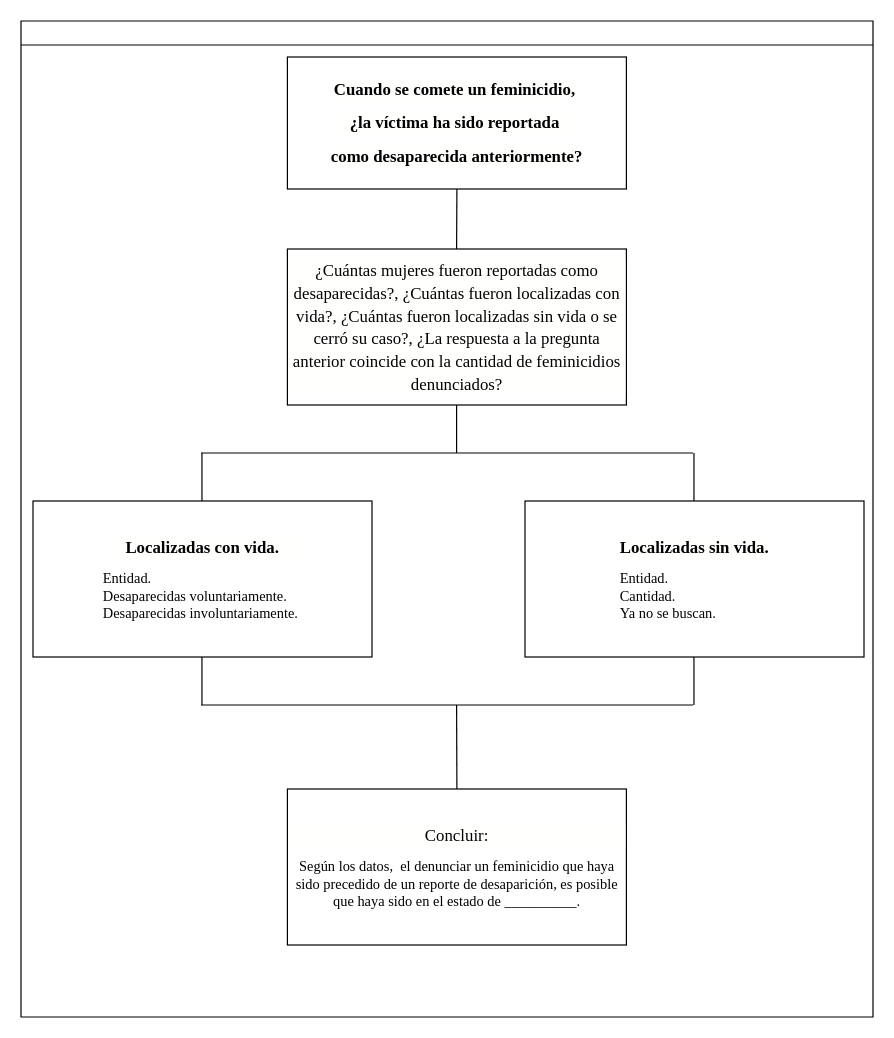
Earlier version of the draw.io diagram Proyecto 2/Diagramas/DiagramaGeneral.drawio (melrepa/MCD_IngCaracteristicas). Source tidied: cells renumbered, new cells numbered last; positions are measured from the earlier drawing's top-left corner, leaving out a move shared by most shapes. Both pictures are drawn from the tidied source at 120%, with x=0, y=0 at pixel (20, 20).
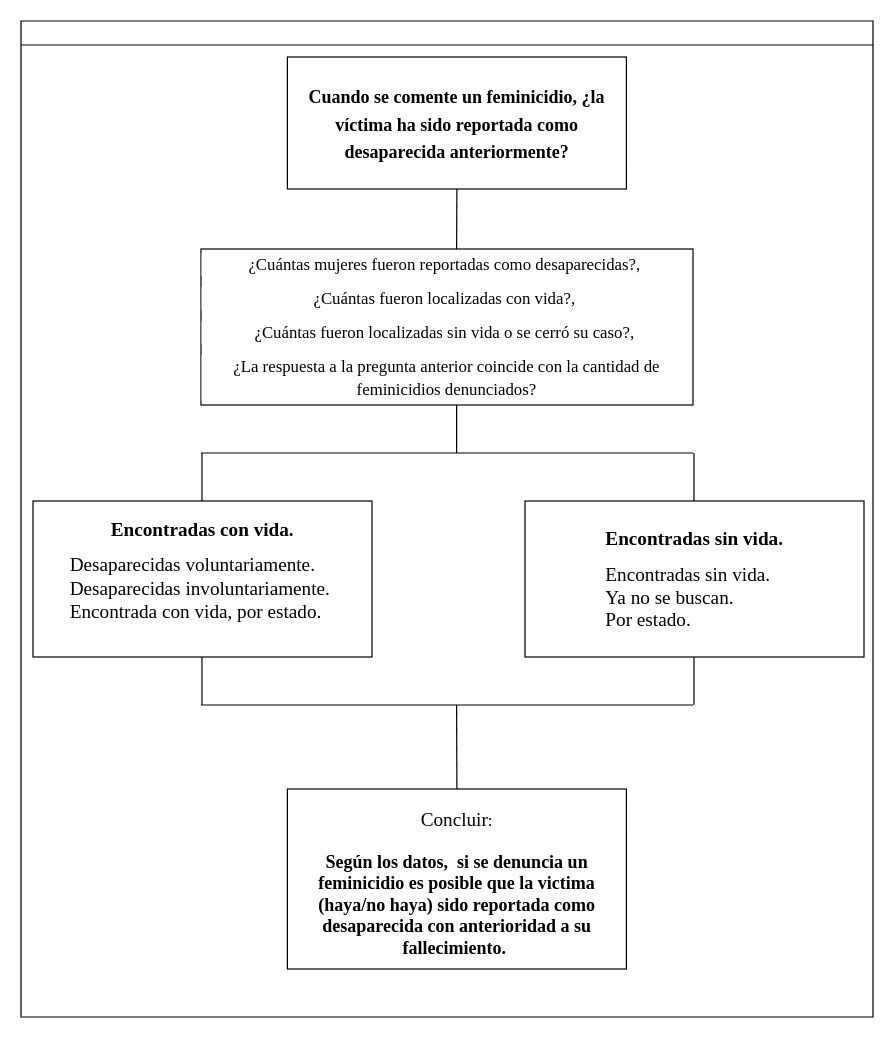
The same page after the edit.

Unchanged cells that the change refers to:
```xml
<mxCell id="2" style="swimlane;html=1;startSize=20;horizontal=1;containerType=tree;glass=0;" parent="1" vertex="1">
  <mxGeometry width="710" height="830" as="geometry" />
</mxCell>
```

Diff of the diagram source:
```diff
@@
-    <mxCell id="3" value="&lt;p style=&quot;line-height: 1;&quot;&gt;&lt;/p&gt;&lt;h1 style=&quot;background-color: rgb(255, 255, 254); line-height: 19px; font-size: 14px;&quot;&gt;&lt;b style=&quot;&quot;&gt;&lt;font style=&quot;font-size: 14px;&quot; face=&quot;Times New Roman&quot;&gt;Cuando&amp;nbsp;se&amp;nbsp;comete&amp;nbsp;un&amp;nbsp;feminicidio,&amp;nbsp;&lt;/font&gt;&lt;/b&gt;&lt;/h1&gt;&lt;h1 style=&quot;background-color: rgb(255, 255, 254); line-height: 19px; font-size: 14px;&quot;&gt;&lt;b&gt;&lt;font style=&quot;font-size: 14px;&quot; face=&quot;Times New Roman&quot;&gt;¿la&amp;nbsp;víctima&amp;nbsp;ha&amp;nbsp;sido&amp;nbsp;reportada&amp;nbsp;&lt;/font&gt;&lt;/b&gt;&lt;/h1&gt;&lt;h1 style=&quot;background-color: rgb(255, 255, 254); line-height: 19px; font-size: 14px;&quot;&gt;&lt;b style=&quot;&quot;&gt;&lt;font style=&quot;font-size: 14px;&quot; face=&quot;Times New Roman&quot;&gt;como&amp;nbsp;desaparecida&amp;nbsp;anteriormente?&lt;/font&gt;&lt;/b&gt;&lt;/h1&gt;&lt;p&gt;&lt;/p&gt;" style="rounded=0;whiteSpace=wrap;html=1;align=center;" parent="2" vertex="1">
+    <mxCell id="3" value="&lt;p style=&quot;line-height: 1;&quot;&gt;&lt;/p&gt;&lt;h1 style=&quot;background-color: rgb(255, 255, 254); line-height: 19px;&quot;&gt;&lt;b style=&quot;&quot;&gt;&lt;font style=&quot;font-size: 15px;&quot; face=&quot;Times New Roman&quot;&gt;Cuando se comente un feminicidio, ¿la víctima ha sido reportada como desaparecida anteriormente?&lt;/font&gt;&lt;/b&gt;&lt;/h1&gt;&lt;p&gt;&lt;/p&gt;" style="rounded=0;whiteSpace=wrap;html=1;align=center;" parent="2" vertex="1">
       <mxGeometry x="222" y="30" width="282.5" height="110" as="geometry" />
     </mxCell>
-    <mxCell id="4" value="&lt;p style=&quot;line-height: 1;&quot;&gt;&lt;/p&gt;&lt;h1 style=&quot;background-color: rgb(255, 255, 254); line-height: 19px; font-size: 14px;&quot;&gt;&lt;font style=&quot;font-weight: normal;&quot; face=&quot;Times New Roman&quot;&gt;¿Cuántas mujeres fueron reportadas como desaparecidas?, ¿Cuántas fueron localizadas con vida?, ¿Cuántas fueron localizadas sin vida o se cerró su caso?, ¿La respuesta a la pregunta anterior coincide con la cantidad de feminicidios denunciados?&lt;/font&gt;&lt;/h1&gt;&lt;p&gt;&lt;/p&gt;" style="rounded=0;whiteSpace=wrap;html=1;align=center;" parent="2" vertex="1">
-      <mxGeometry x="222" y="190" width="282.5" height="130" as="geometry" />
+    <mxCell id="4" value="&lt;p style=&quot;line-height: 1;&quot;&gt;&lt;/p&gt;&lt;h1 style=&quot;background-color: rgb(255, 255, 254); line-height: 19px; font-size: 14px;&quot;&gt;&lt;font style=&quot;font-weight: normal; font-size: 14px;&quot; face=&quot;Times New Roman&quot;&gt;¿Cuántas mujeres fueron reportadas como desaparecidas?,&amp;nbsp;&lt;/font&gt;&lt;/h1&gt;&lt;h1 style=&quot;background-color: rgb(255, 255, 254); line-height: 19px; font-size: 14px;&quot;&gt;&lt;font style=&quot;font-weight: normal; font-size: 14px;&quot; face=&quot;Times New Roman&quot;&gt;¿Cuántas fueron localizadas con vida?,&amp;nbsp;&lt;/font&gt;&lt;/h1&gt;&lt;h1 style=&quot;background-color: rgb(255, 255, 254); line-height: 19px; font-size: 14px;&quot;&gt;&lt;font style=&quot;font-weight: normal; font-size: 14px;&quot; face=&quot;Times New Roman&quot;&gt;¿Cuántas fueron localizadas sin vida o se cerró su caso?,&amp;nbsp;&lt;/font&gt;&lt;/h1&gt;&lt;h1 style=&quot;background-color: rgb(255, 255, 254); line-height: 19px; font-size: 14px;&quot;&gt;&lt;font style=&quot;font-weight: normal; font-size: 14px;&quot; face=&quot;Times New Roman&quot;&gt;¿La respuesta a la pregunta anterior coincide con la cantidad de feminicidios denunciados?&lt;/font&gt;&lt;/h1&gt;&lt;p&gt;&lt;/p&gt;" style="rounded=0;whiteSpace=wrap;html=1;align=center;" parent="2" vertex="1">
+      <mxGeometry x="150" y="190" width="410" height="130" as="geometry" />
     </mxCell>
-    <mxCell id="5" value="&lt;p style=&quot;line-height: 1;&quot;&gt;&lt;/p&gt;&lt;h1 style=&quot;background-color: rgb(255, 255, 254); line-height: 19px; font-size: 14px;&quot;&gt;&lt;font style=&quot;&quot; face=&quot;Times New Roman&quot;&gt;Localizadas con vida.&lt;/font&gt;&lt;/h1&gt;&lt;div style=&quot;text-align: left;&quot;&gt;&lt;font style=&quot;font-weight: normal;&quot; face=&quot;Times New Roman&quot;&gt;Entidad.&lt;/font&gt;&lt;/div&gt;&lt;div style=&quot;text-align: left;&quot;&gt;&lt;font style=&quot;font-weight: normal;&quot; face=&quot;Times New Roman&quot;&gt;Desaparecidas voluntariamente.&lt;/font&gt;&lt;/div&gt;&lt;div style=&quot;text-align: left;&quot;&gt;&lt;font style=&quot;font-weight: normal;&quot; face=&quot;Times New Roman&quot;&gt;Desaparecidas involuntariamente.&amp;nbsp;&lt;/font&gt;&lt;/div&gt;&lt;p&gt;&lt;/p&gt;" style="rounded=0;whiteSpace=wrap;html=1;align=center;" parent="2" vertex="1">
+    <mxCell id="5" value="&lt;p style=&quot;line-height: 1;&quot;&gt;&lt;/p&gt;&lt;h1 style=&quot;background-color: rgb(255, 255, 254); line-height: 19px; font-size: 16px;&quot;&gt;&lt;font style=&quot;font-size: 16px;&quot; face=&quot;Times New Roman&quot;&gt;Encontradas con vida.&lt;/font&gt;&lt;/h1&gt;&lt;div style=&quot;text-align: left; font-size: 16px;&quot;&gt;&lt;font style=&quot;font-size: 16px;&quot;&gt;&lt;span style=&quot;font-family: &amp;quot;Times New Roman&amp;quot;; background-color: initial;&quot;&gt;Desaparecidas voluntariamente.&lt;/span&gt;&lt;br&gt;&lt;/font&gt;&lt;/div&gt;&lt;div style=&quot;text-align: left; font-size: 16px;&quot;&gt;&lt;font style=&quot;font-weight: normal; font-size: 16px;&quot; face=&quot;Times New Roman&quot;&gt;Desaparecidas involuntariamente.&amp;nbsp;&lt;/font&gt;&lt;/div&gt;&lt;div style=&quot;text-align: left; font-size: 16px;&quot;&gt;&lt;font style=&quot;font-weight: normal; font-size: 16px;&quot; face=&quot;Times New Roman&quot;&gt;Encontrada con vida, por estado.&lt;/font&gt;&lt;/div&gt;&lt;div style=&quot;text-align: left;&quot;&gt;&lt;font style=&quot;font-weight: normal;&quot; face=&quot;Times New Roman&quot;&gt;&lt;br&gt;&lt;/font&gt;&lt;/div&gt;&lt;p&gt;&lt;/p&gt;" style="rounded=0;whiteSpace=wrap;html=1;align=center;" parent="2" vertex="1">
       <mxGeometry x="10" y="400" width="282.5" height="130" as="geometry" />
     </mxCell>
-    <mxCell id="6" value="&lt;p style=&quot;line-height: 1;&quot;&gt;&lt;/p&gt;&lt;h1 style=&quot;background-color: rgb(255, 255, 254); line-height: 19px; font-size: 14px;&quot;&gt;&lt;font style=&quot;&quot; face=&quot;Times New Roman&quot;&gt;Localizadas sin vida.&lt;/font&gt;&lt;/h1&gt;&lt;div style=&quot;text-align: left;&quot;&gt;&lt;font style=&quot;font-weight: normal;&quot; face=&quot;Times New Roman&quot;&gt;Entidad.&lt;/font&gt;&lt;/div&gt;&lt;div style=&quot;text-align: left;&quot;&gt;&lt;span style=&quot;font-family: &amp;quot;Times New Roman&amp;quot;; background-color: initial;&quot;&gt;Cantidad.&lt;/span&gt;&lt;/div&gt;&lt;div style=&quot;text-align: left;&quot;&gt;&lt;span style=&quot;font-family: &amp;quot;Times New Roman&amp;quot;; background-color: initial;&quot;&gt;Ya no se buscan.&lt;/span&gt;&lt;span style=&quot;background-color: initial; font-family: &amp;quot;Times New Roman&amp;quot;;&quot;&gt;&amp;nbsp;&lt;/span&gt;&lt;/div&gt;&lt;p&gt;&lt;/p&gt;" style="rounded=0;whiteSpace=wrap;html=1;align=center;" parent="2" vertex="1">
+    <mxCell id="6" value="&lt;p style=&quot;line-height: 1;&quot;&gt;&lt;/p&gt;&lt;h1 style=&quot;background-color: rgb(255, 255, 254); line-height: 19px; font-size: 16px;&quot;&gt;&lt;font style=&quot;font-size: 16px;&quot; face=&quot;Times New Roman&quot;&gt;Encontradas sin vida.&lt;/font&gt;&lt;/h1&gt;&lt;div style=&quot;text-align: left; font-size: 16px;&quot;&gt;&lt;font style=&quot;font-weight: normal; font-size: 16px;&quot; face=&quot;Times New Roman&quot;&gt;Encontradas sin vida.&lt;/font&gt;&lt;/div&gt;&lt;div style=&quot;text-align: left; font-size: 16px;&quot;&gt;&lt;font style=&quot;font-size: 16px;&quot;&gt;&lt;span style=&quot;font-family: &amp;quot;Times New Roman&amp;quot;; background-color: initial;&quot;&gt;Ya no se buscan.&lt;/span&gt;&lt;span style=&quot;background-color: initial; font-family: &amp;quot;Times New Roman&amp;quot;;&quot;&gt;&amp;nbsp;&lt;/span&gt;&lt;/font&gt;&lt;/div&gt;&lt;div style=&quot;text-align: left; font-size: 16px;&quot;&gt;&lt;span style=&quot;font-family: &amp;quot;Times New Roman&amp;quot;;&quot;&gt;&lt;font style=&quot;font-size: 16px;&quot;&gt;Por estado.&lt;/font&gt;&lt;/span&gt;&lt;span style=&quot;font-size: 13px; background-color: initial; font-family: &amp;quot;Times New Roman&amp;quot;;&quot;&gt;&lt;br&gt;&lt;/span&gt;&lt;/div&gt;&lt;p&gt;&lt;/p&gt;" style="rounded=0;whiteSpace=wrap;html=1;align=center;" parent="2" vertex="1">
       <mxGeometry x="420" y="400" width="282.5" height="130" as="geometry" />
     </mxCell>
-    <mxCell id="7" value="&lt;p style=&quot;line-height: 1;&quot;&gt;&lt;/p&gt;&lt;h1 style=&quot;background-color: rgb(255, 255, 254); line-height: 19px; font-size: 14px;&quot;&gt;&lt;font style=&quot;font-weight: normal;&quot; face=&quot;Times New Roman&quot;&gt;Concluir:&lt;/font&gt;&lt;/h1&gt;&lt;div&gt;&lt;font style=&quot;font-weight: normal;&quot; face=&quot;Times New Roman&quot;&gt;Según los datos,&amp;nbsp; el denunciar un feminicidio que haya sido precedido de un reporte de desaparición, es posible que haya sido en el estado de __________.&lt;/font&gt;&lt;/div&gt;&lt;p&gt;&lt;/p&gt;" style="rounded=0;whiteSpace=wrap;html=1;align=center;" parent="2" vertex="1">
-      <mxGeometry x="222" y="640" width="282.5" height="130" as="geometry" />
+    <mxCell id="7" value="&lt;p style=&quot;line-height: 1;&quot;&gt;&lt;/p&gt;&lt;h1 style=&quot;background-color: rgb(255, 255, 254); line-height: 19px;&quot;&gt;&lt;font style=&quot;font-weight: normal;&quot; face=&quot;Times New Roman&quot;&gt;&lt;font style=&quot;font-size: 16px;&quot;&gt;Concluir&lt;/font&gt;&lt;span style=&quot;font-size: 14px;&quot;&gt;:&lt;/span&gt;&lt;/font&gt;&lt;/h1&gt;&lt;div&gt;&lt;b style=&quot;font-family: &amp;quot;Times New Roman&amp;quot;; font-size: 15px;&quot;&gt;Según los datos,&amp;nbsp; si se denuncia un feminicidio es posible que la victima (haya/no haya) sido reportada como desaparecida con anterioridad a su fallecimiento.&amp;nbsp;&lt;/b&gt;&lt;br&gt;&lt;/div&gt;&lt;p&gt;&lt;/p&gt;" style="rounded=0;whiteSpace=wrap;html=1;align=center;" parent="2" vertex="1">
+      <mxGeometry x="222" y="640" width="282.5" height="150" as="geometry" />
     </mxCell>
```
